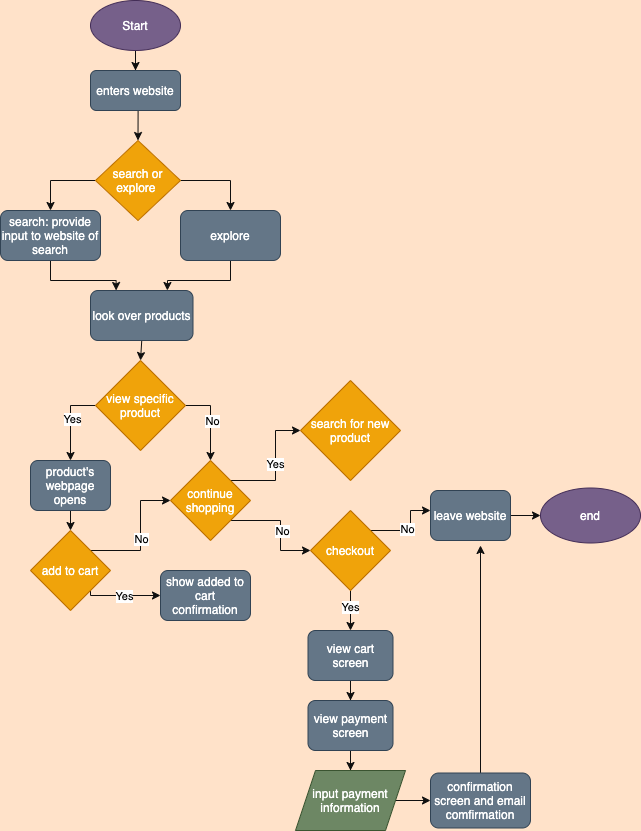
This is part2/part2.drawio.png from amquach00/sp21-cse110-lab4, a draw.io export, as it was before one commit. Source tidied: cells renumbered, new cells last; positions are measured from the earlier drawing's top-left corner, leaving out a move shared by most shapes.
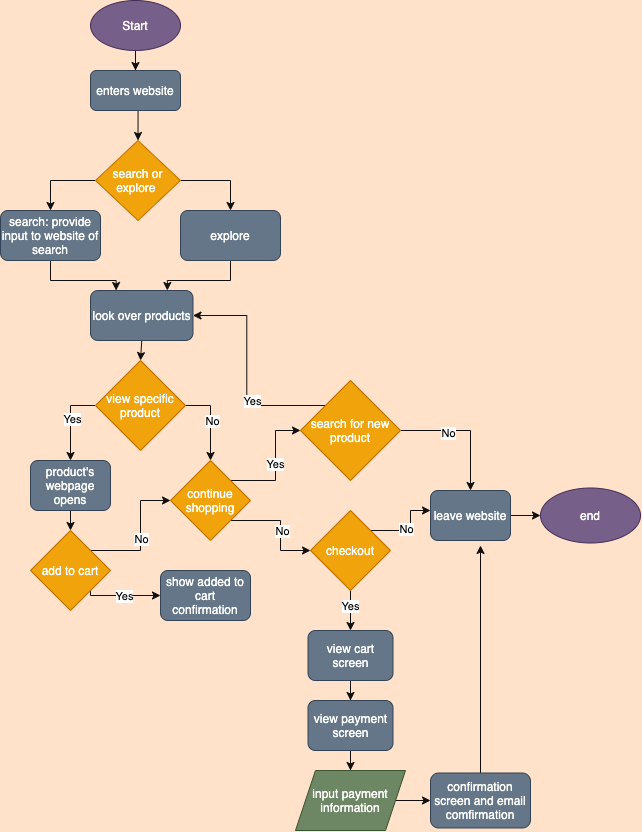
The same diagram one commit later.

Commit message:
finalized part 2

Diff of the diagram source:
```diff
@@ -108,6 +108,20 @@
     <mxCell id="32" value="show added to cart confirmation" style="rounded=1;whiteSpace=wrap;html=1;fillColor=#647687;strokeColor=#314354;fontColor=#ffffff;" parent="1" vertex="1">
       <mxGeometry x="160" y="570" width="90" height="50" as="geometry" />
     </mxCell>
+    <mxCell id="50" style="edgeStyle=orthogonalEdgeStyle;rounded=0;jettySize=auto;html=1;exitX=0;exitY=0;exitDx=0;exitDy=0;entryX=1;entryY=0.5;entryDx=0;entryDy=0;strokeColor=#0F0F0F;" parent="1" edge="1" source="33" target="14">
+      <mxGeometry relative="1" as="geometry" />
+    </mxCell>
+    <mxCell id="51" value="Yes" style="edgeLabel;html=1;align=center;verticalAlign=middle;" parent="50" vertex="1">
+      <mxGeometry x="-0.25" y="-5" relative="1" as="geometry">
+        <mxPoint y="-1" as="offset" />
+      </mxGeometry>
+    </mxCell>
+    <mxCell id="52" style="edgeStyle=orthogonalEdgeStyle;rounded=0;jettySize=auto;html=1;entryX=0.5;entryY=0;entryDx=0;entryDy=0;strokeColor=#0F0F0F;" parent="1" edge="1" source="33" target="40">
+      <mxGeometry relative="1" as="geometry" />
+    </mxCell>
+    <mxCell id="53" value="No" style="edgeLabel;html=1;align=center;verticalAlign=middle;" parent="52" vertex="1">
+      <mxGeometry x="-0.28" y="-2" relative="1" as="geometry" />
+    </mxCell>
     <mxCell id="33" value="search for new product" style="rhombus;whiteSpace=wrap;html=1;fillColor=#f0a30a;strokeColor=#BD7000;fontColor=#ffffff;" parent="1" vertex="1">
       <mxGeometry x="300" y="380" width="100" height="100" as="geometry" />
     </mxCell>
```
